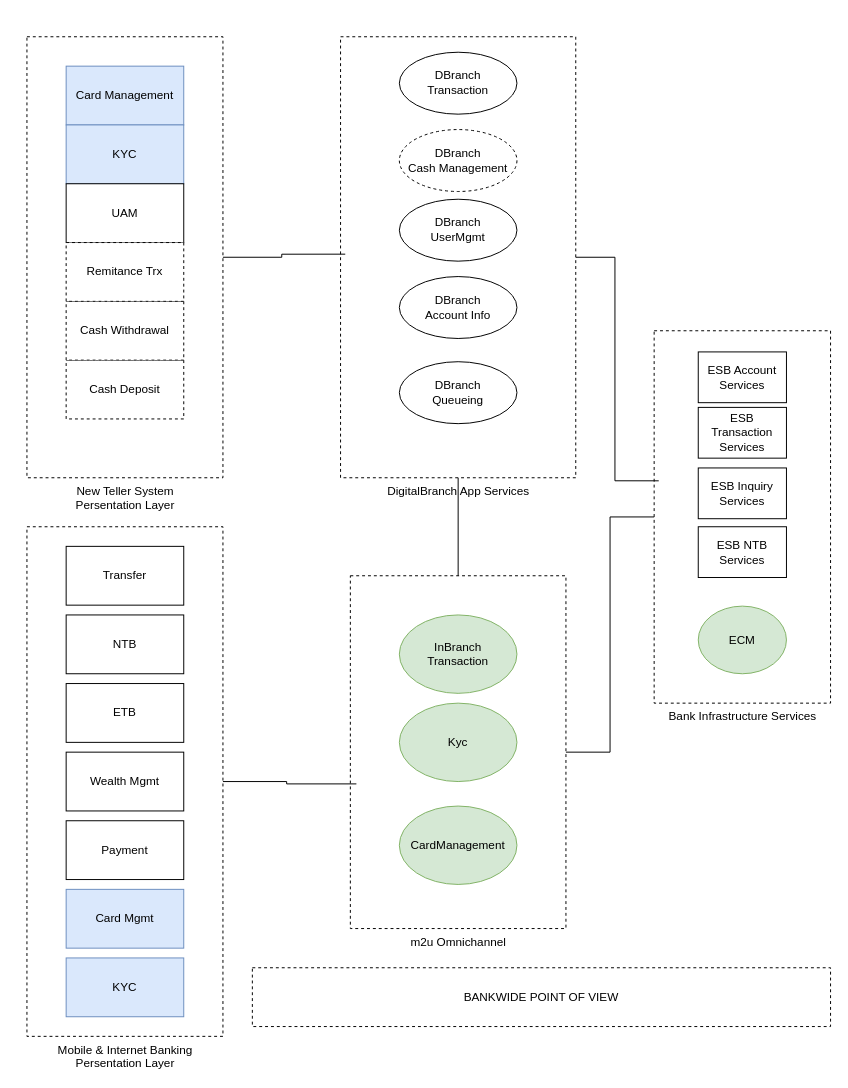
The draw.io diagram page "BankwidePOV" (2 of 3) of ArchitectureDigitalBranch/DigitalBranchArchitecture.drawio in noveriojoee/GeneralDocuments, before the edit. Source tidied: cells renumbered, new cells numbered last; positions are measured from the earlier drawing's top-left corner, leaving out a move shared by most shapes. Both pictures are drawn from the tidied source at 98%, with x=0, y=0 at pixel (17, 17).
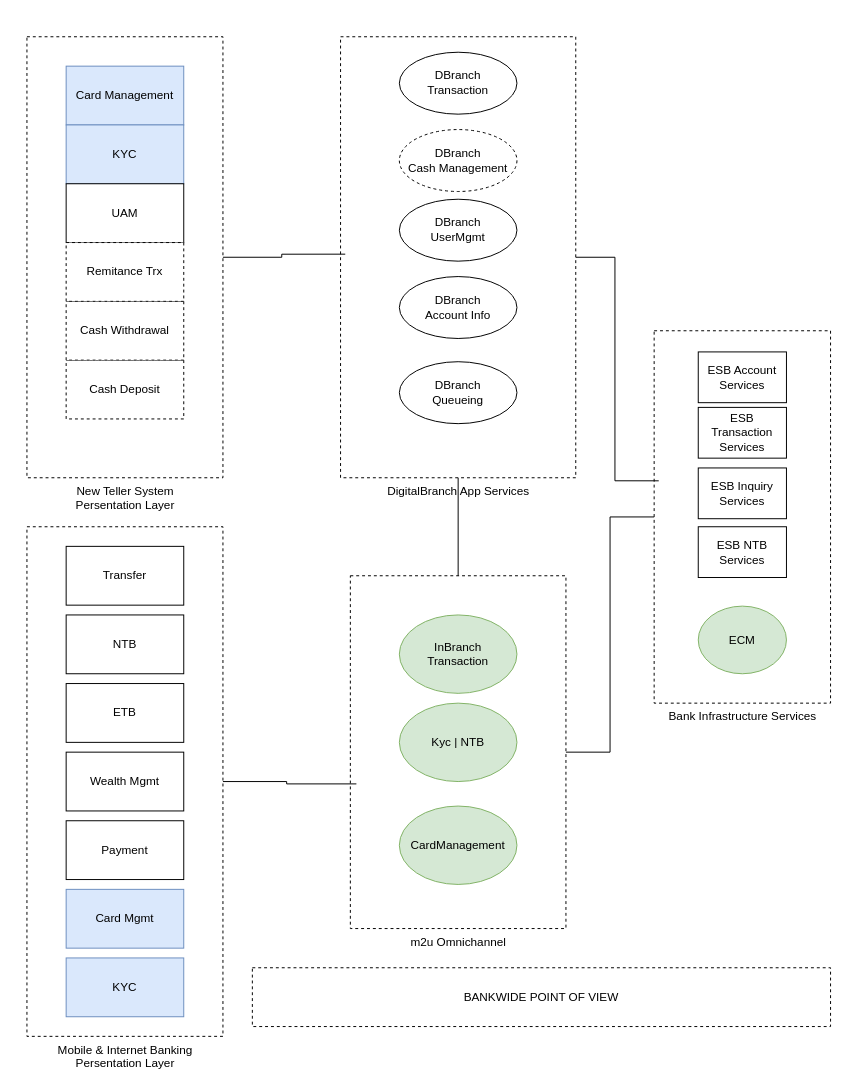
After the change.

Unchanged cells that the change refers to:
```xml
<mxCell id="2" style="group;" parent="1" vertex="1">
  <mxGeometry x="340" y="570" width="220" height="360" as="geometry" />
</mxCell>
```

Diff of the diagram source:
```diff
@@
-    <mxCell id="4" value="Kyc" style="ellipse;whiteSpace=wrap;html=1;fillColor=#d5e8d4;strokeColor=#82b366;" parent="2" vertex="1">
+    <mxCell id="4" value="Kyc | NTB" style="ellipse;whiteSpace=wrap;html=1;fillColor=#d5e8d4;strokeColor=#82b366;" parent="2" vertex="1">
       <mxGeometry x="50" y="130" width="120" height="80" as="geometry" />
     </mxCell>
```
